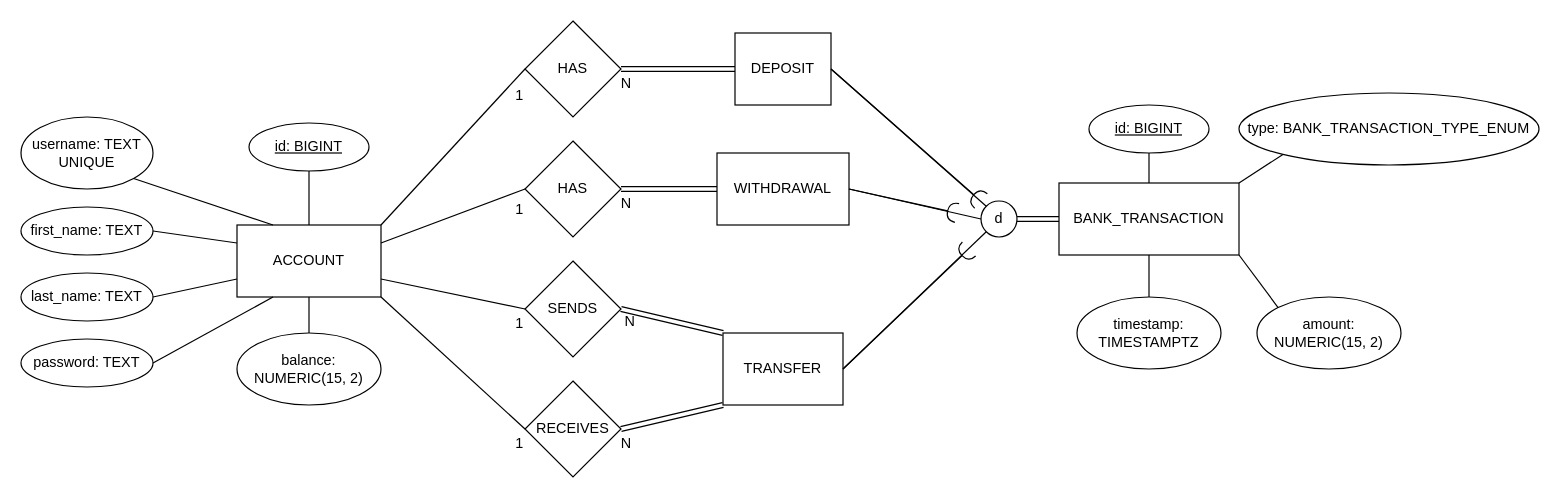
Before: docs/eer_diagram/eer_diagram.drawio in Revature-Group-3/bank-of-cli-backend, a draw.io diagram. Source tidied: cells renumbered, new cells numbered last; positions are measured from the earlier drawing's top-left corner, leaving out a move shared by most shapes. Both pictures are drawn from the tidied source at 120%, with x=0, y=0 at pixel (20, 20).
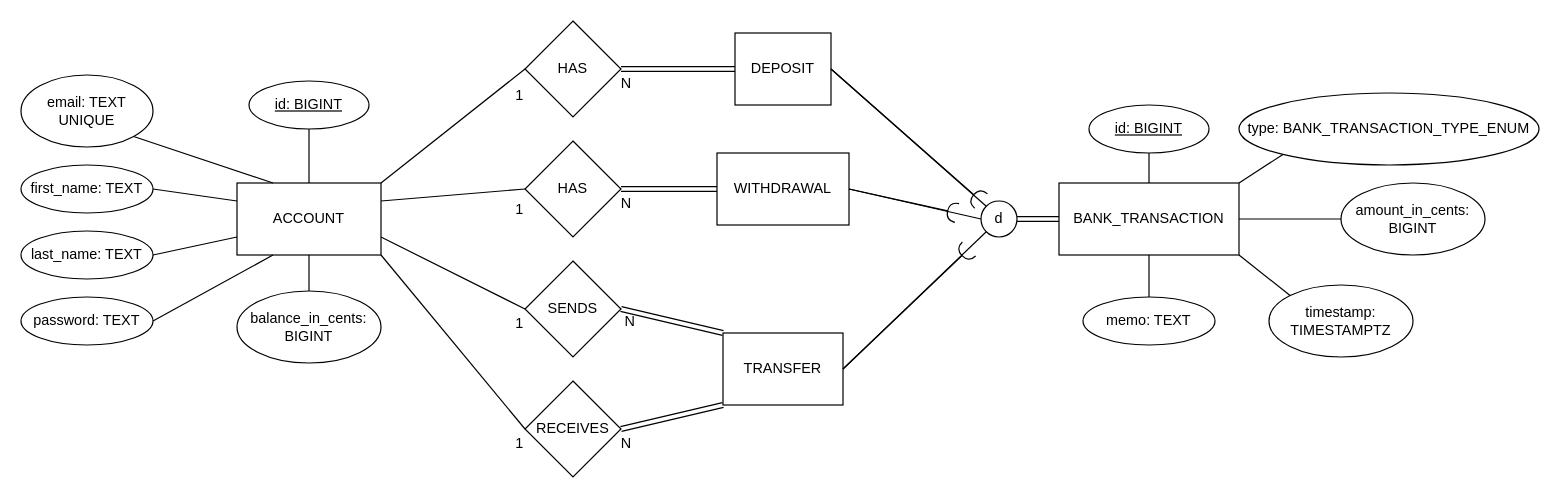
After the change.

Commit message (it also covers changes not shown here):
Updated EER diagram to represent changes to database schema

Unchanged cells that the change refers to:
```xml
<mxCell id="3" value="BANK_TRANSACTION" style="rounded=0;whiteSpace=wrap;html=1;" parent="1" vertex="1">
  <mxGeometry x="865" y="135" width="150" height="60" as="geometry" />
</mxCell>
```

Diff of the diagram source:
```diff
@@
     <mxCell id="2" value="ACCOUNT" style="rounded=0;whiteSpace=wrap;html=1;" parent="1" vertex="1">
-      <mxGeometry x="180" y="170" width="120" height="60" as="geometry" />
+      <mxGeometry x="180" y="135" width="120" height="60" as="geometry" />
     </mxCell>
@@
     <mxCell id="9" value="id: BIGINT" style="ellipse;whiteSpace=wrap;html=1;align=center;fontStyle=4;" parent="1" vertex="1">
-      <mxGeometry x="190" y="85" width="100" height="40" as="geometry" />
+      <mxGeometry x="190" y="50" width="100" height="40" as="geometry" />
     </mxCell>
-    <mxCell id="10" value="username: TEXT UNIQUE" style="ellipse;whiteSpace=wrap;html=1;align=center;" parent="1" vertex="1">
-      <mxGeometry y="80" width="110" height="60" as="geometry" />
+    <mxCell id="10" value="email: TEXT UNIQUE" style="ellipse;whiteSpace=wrap;html=1;align=center;" parent="1" vertex="1">
+      <mxGeometry y="45" width="110" height="60" as="geometry" />
     </mxCell>
-    <mxCell id="11" value="balance: NUMERIC(15, 2)" style="ellipse;whiteSpace=wrap;html=1;align=center;" parent="1" vertex="1">
-      <mxGeometry x="180" y="260" width="120" height="60" as="geometry" />
+    <mxCell id="11" value="balance_in_cents: BIGINT" style="ellipse;whiteSpace=wrap;html=1;align=center;" parent="1" vertex="1">
+      <mxGeometry x="180" y="225" width="120" height="60" as="geometry" />
     </mxCell>
@@
-    <mxCell id="16" value="amount: NUMERIC(15, 2)" style="ellipse;whiteSpace=wrap;html=1;align=center;" parent="1" vertex="1">
-      <mxGeometry x="1030" y="230" width="120" height="60" as="geometry" />
+    <mxCell id="16" value="amount_in_cents: BIGINT" style="ellipse;whiteSpace=wrap;html=1;align=center;" parent="1" vertex="1">
+      <mxGeometry x="1100" y="135" width="120" height="60" as="geometry" />
     </mxCell>
     <mxCell id="17" value="timestamp: TIMESTAMPTZ" style="ellipse;whiteSpace=wrap;html=1;align=center;" parent="1" vertex="1">
-      <mxGeometry x="880" y="230" width="120" height="60" as="geometry" />
+      <mxGeometry x="1040" y="220" width="120" height="60" as="geometry" />
     </mxCell>
@@
-    <mxCell id="19" style="endArrow=none;html=1;rounded=0;entryX=0;entryY=0;entryDx=0;entryDy=0;exitX=1;exitY=1;exitDx=0;exitDy=0;" parent="1" edge="1" source="3" target="16">
+    <mxCell id="19" style="endArrow=none;html=1;rounded=0;entryX=0;entryY=0.5;entryDx=0;entryDy=0;exitX=1;exitY=0.5;exitDx=0;exitDy=0;" parent="1" edge="1" source="3" target="16">
       <mxGeometry relative="1" as="geometry" />
     </mxCell>
-    <mxCell id="20" style="endArrow=none;html=1;rounded=0;exitX=0.5;exitY=0;exitDx=0;exitDy=0;entryX=0.5;entryY=1;entryDx=0;entryDy=0;" parent="1" edge="1" source="17" target="3">
+    <mxCell id="20" style="endArrow=none;html=1;rounded=0;exitX=0;exitY=0;exitDx=0;exitDy=0;entryX=1;entryY=1;entryDx=0;entryDy=0;" parent="1" edge="1" source="17" target="3">
       <mxGeometry relative="1" as="geometry" />
     </mxCell>
     <mxCell id="21" value="password: TEXT" style="ellipse;whiteSpace=wrap;html=1;align=center;" parent="1" vertex="1">
-      <mxGeometry y="265" width="110" height="40" as="geometry" />
+      <mxGeometry y="230" width="110" height="40" as="geometry" />
     </mxCell>
@@
     <mxCell id="37" value="first_name: TEXT" style="ellipse;whiteSpace=wrap;html=1;align=center;" parent="1" vertex="1">
-      <mxGeometry y="155" width="110" height="40" as="geometry" />
+      <mxGeometry y="120" width="110" height="40" as="geometry" />
     </mxCell>
     <mxCell id="38" value="last_name: TEXT" style="ellipse;whiteSpace=wrap;html=1;align=center;" parent="1" vertex="1">
-      <mxGeometry y="210" width="110" height="40" as="geometry" />
+      <mxGeometry y="175" width="110" height="40" as="geometry" />
     </mxCell>
@@
+    <mxCell id="57" value="memo: TEXT" style="ellipse;whiteSpace=wrap;html=1;align=center;" parent="1" vertex="1">
+      <mxGeometry x="885" y="230" width="110" height="40" as="geometry" />
+    </mxCell>
+    <mxCell id="58" style="endArrow=none;html=1;rounded=0;exitX=0.5;exitY=0;exitDx=0;exitDy=0;" parent="1" edge="1" source="57" target="3">
+      <mxGeometry relative="1" as="geometry" />
+    </mxCell>
```
